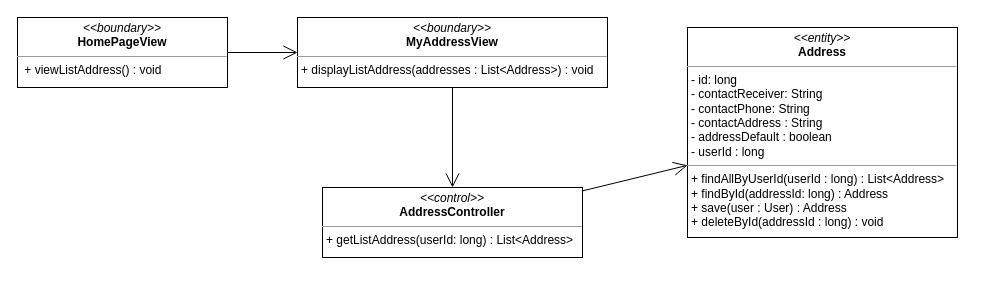
The draw.io diagram class diagram/get-list-address-class-diagram.drawio in nguyenphamvan/datn_20202, before the edit. Source tidied: cells renumbered, new cells numbered last; positions are measured from the earlier drawing's top-left corner, leaving out a move shared by most shapes. Both pictures are drawn from the tidied source at 100%, with x=0, y=0 at pixel (17, 17).
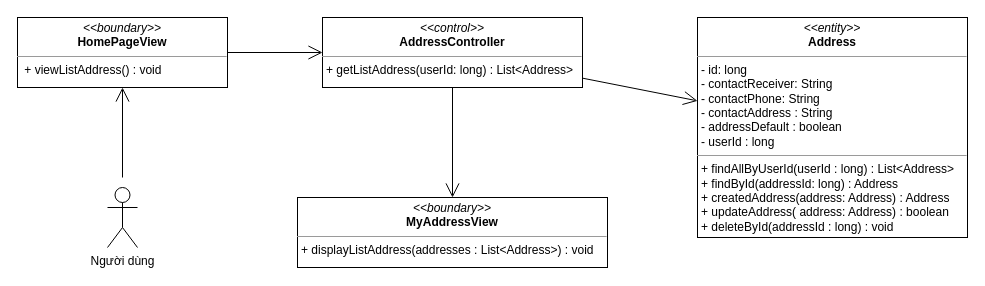
After the change.

The edit, as a diff of the source:
```diff
@@
 <mxGraphModel>
   <root>
     <mxCell id="0" />
     <mxCell id="1" parent="0" />
     <mxCell id="2" value="&lt;p style=&quot;margin: 0px ; margin-top: 4px ; text-align: center&quot;&gt;&lt;i&gt;&amp;lt;&amp;lt;boundary&amp;gt;&amp;gt;&lt;/i&gt;&lt;br&gt;&lt;b&gt;MyAddressView&lt;/b&gt;&lt;/p&gt;&lt;hr size=&quot;1&quot;&gt;&lt;p style=&quot;margin: 0px ; margin-left: 4px&quot;&gt;&lt;span&gt;+ displayListAddress(addresses : List&amp;lt;Address&amp;gt;) : void&lt;/span&gt;&lt;/p&gt;&lt;p style=&quot;margin: 0px ; margin-left: 4px&quot;&gt;&lt;br&gt;&lt;/p&gt;" style="verticalAlign=top;align=left;overflow=fill;fontSize=12;fontFamily=Helvetica;html=1;" parent="1" vertex="1">
-      <mxGeometry x="280" width="310" height="70" as="geometry" />
+      <mxGeometry x="280" y="180" width="310" height="70" as="geometry" />
     </mxCell>
-    <mxCell id="3" style="endArrow=open;endFill=1;endSize=12;html=1;" parent="1" edge="1" source="2" target="5">
+    <mxCell id="3" style="endArrow=open;endFill=1;endSize=12;html=1;" parent="1" edge="1" source="5" target="2">
       <mxGeometry relative="1" as="geometry" />
     </mxCell>
-    <mxCell id="4" value="&lt;p style=&quot;margin: 0px ; margin-top: 4px ; text-align: center&quot;&gt;&lt;i&gt;&amp;lt;&amp;lt;entity&amp;gt;&amp;gt;&lt;/i&gt;&lt;br&gt;&lt;b&gt;Address&lt;/b&gt;&lt;/p&gt;&lt;hr size=&quot;1&quot;&gt;&lt;p style=&quot;margin: 0px ; margin-left: 4px&quot;&gt;- id: long&lt;/p&gt;&lt;p style=&quot;margin: 0px ; margin-left: 4px&quot;&gt;- contactReceiver: String&lt;br&gt;- contactPhone: String&lt;/p&gt;&lt;p style=&quot;margin: 0px ; margin-left: 4px&quot;&gt;- contactAddress : String&lt;/p&gt;&lt;p style=&quot;margin: 0px ; margin-left: 4px&quot;&gt;- addressDefault : boolean&lt;/p&gt;&lt;p style=&quot;margin: 0px ; margin-left: 4px&quot;&gt;- userId : long&lt;/p&gt;&lt;hr size=&quot;1&quot;&gt;&lt;p style=&quot;margin: 0px ; margin-left: 4px&quot;&gt;+ findAllByUserId(userId : long) : List&amp;lt;Address&amp;gt;&lt;/p&gt;&lt;p style=&quot;margin: 0px 0px 0px 4px&quot;&gt;+ findById(addressId: long) : Address&lt;/p&gt;&lt;p style=&quot;margin: 0px 0px 0px 4px&quot;&gt;+ save(user : User) : Address&lt;/p&gt;&lt;p style=&quot;margin: 0px 0px 0px 4px&quot;&gt;+ deleteById(addressId : long) : void&lt;/p&gt;" style="verticalAlign=top;align=left;overflow=fill;fontSize=12;fontFamily=Helvetica;html=1;" parent="1" vertex="1">
-      <mxGeometry x="670" y="10" width="270" height="210" as="geometry" />
+    <mxCell id="4" value="&lt;p style=&quot;margin: 0px ; margin-top: 4px ; text-align: center&quot;&gt;&lt;i&gt;&amp;lt;&amp;lt;entity&amp;gt;&amp;gt;&lt;/i&gt;&lt;br&gt;&lt;b&gt;Address&lt;/b&gt;&lt;/p&gt;&lt;hr size=&quot;1&quot;&gt;&lt;p style=&quot;margin: 0px ; margin-left: 4px&quot;&gt;- id: long&lt;/p&gt;&lt;p style=&quot;margin: 0px ; margin-left: 4px&quot;&gt;- contactReceiver: String&lt;br&gt;- contactPhone: String&lt;/p&gt;&lt;p style=&quot;margin: 0px ; margin-left: 4px&quot;&gt;- contactAddress : String&lt;/p&gt;&lt;p style=&quot;margin: 0px ; margin-left: 4px&quot;&gt;- addressDefault : boolean&lt;/p&gt;&lt;p style=&quot;margin: 0px ; margin-left: 4px&quot;&gt;- userId : long&lt;/p&gt;&lt;hr size=&quot;1&quot;&gt;&lt;p style=&quot;margin: 0px 0px 0px 4px&quot;&gt;+ findAllByUserId(userId : long) : List&amp;lt;Address&amp;gt;&lt;/p&gt;&lt;p style=&quot;margin: 0px 0px 0px 4px&quot;&gt;+ findById(addressId: long) : Address&lt;/p&gt;&lt;p style=&quot;margin: 0px 0px 0px 4px&quot;&gt;+ createdAddress(address: Address) : Address&lt;/p&gt;&lt;p style=&quot;margin: 0px 0px 0px 4px&quot;&gt;+ updateAddress( address: Address) : boolean&lt;/p&gt;&lt;p style=&quot;margin: 0px 0px 0px 4px&quot;&gt;+ deleteById(addressId : long) : void&lt;/p&gt;" style="verticalAlign=top;align=left;overflow=fill;fontSize=12;fontFamily=Helvetica;html=1;" parent="1" vertex="1">
+      <mxGeometry x="680" width="270" height="220" as="geometry" />
     </mxCell>
     <mxCell id="5" value="&lt;p style=&quot;margin: 0px ; margin-top: 4px ; text-align: center&quot;&gt;&lt;i&gt;&amp;lt;&amp;lt;control&amp;gt;&amp;gt;&lt;/i&gt;&lt;br&gt;&lt;b&gt;AddressController&lt;/b&gt;&lt;br&gt;&lt;/p&gt;&lt;hr size=&quot;1&quot;&gt;&lt;p style=&quot;margin: 0px ; margin-left: 4px&quot;&gt;&lt;/p&gt;&lt;p style=&quot;margin: 0px ; margin-left: 4px&quot;&gt;+ getListAddress(userId: long) : List&amp;lt;Address&amp;gt;&lt;/p&gt;" style="verticalAlign=top;align=left;overflow=fill;fontSize=12;fontFamily=Helvetica;html=1;" parent="1" vertex="1">
-      <mxGeometry x="305" y="170" width="260" height="70" as="geometry" />
+      <mxGeometry x="305" width="260" height="70" as="geometry" />
     </mxCell>
     <mxCell id="6" style="endArrow=open;endFill=1;endSize=12;html=1;" parent="1" edge="1" source="5" target="4">
       <mxGeometry relative="1" as="geometry" />
     </mxCell>
     <mxCell id="7" value="&lt;p style=&quot;margin: 0px ; margin-top: 4px ; text-align: center&quot;&gt;&lt;i&gt;&amp;lt;&amp;lt;boundary&amp;gt;&amp;gt;&lt;/i&gt;&lt;br&gt;&lt;b&gt;HomePageView&lt;/b&gt;&lt;/p&gt;&lt;hr size=&quot;1&quot;&gt;&lt;p style=&quot;margin: 0px ; margin-left: 4px&quot;&gt;&lt;span&gt;&amp;nbsp;&lt;/span&gt;&lt;span&gt;+ viewListAddress() : void&lt;/span&gt;&lt;/p&gt;" style="verticalAlign=top;align=left;overflow=fill;fontSize=12;fontFamily=Helvetica;html=1;" parent="1" vertex="1">
       <mxGeometry width="210" height="70" as="geometry" />
     </mxCell>
-    <mxCell id="8" style="endArrow=open;endFill=1;endSize=12;html=1;" parent="1" edge="1" source="7" target="2">
+    <mxCell id="8" style="endArrow=open;endFill=1;endSize=12;html=1;entryX=0;entryY=0.5;entryDx=0;entryDy=0;" parent="1" edge="1" source="7" target="5">
       <mxGeometry relative="1" as="geometry" />
     </mxCell>
+    <mxCell id="9" value="Người dùng" style="shape=umlActor;verticalLabelPosition=bottom;verticalAlign=top;html=1;" parent="1" vertex="1">
+      <mxGeometry x="90" y="170" width="30" height="60" as="geometry" />
+    </mxCell>
+    <mxCell id="10" style="endArrow=open;endFill=1;endSize=12;html=1;" parent="1" edge="1" target="7">
+      <mxGeometry relative="1" as="geometry">
+        <mxPoint x="105" y="160" as="sourcePoint" />
+      </mxGeometry>
+    </mxCell>
   </root>
 </mxGraphModel>
```
